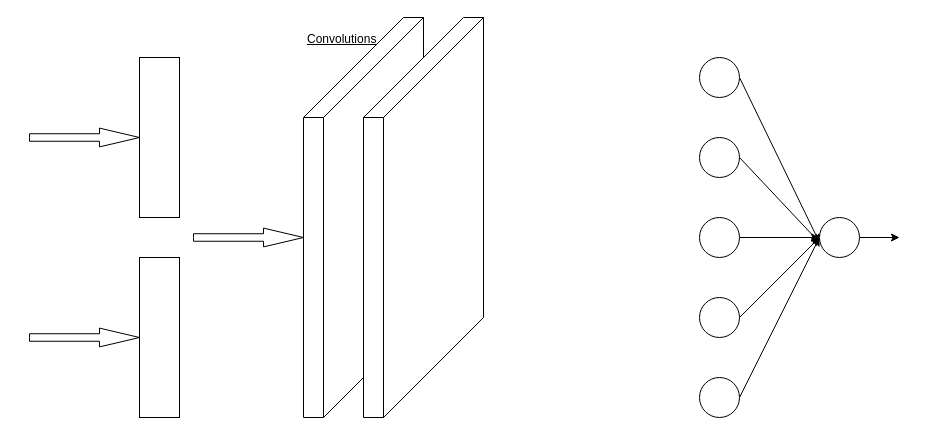
This is Untitled Diagram.drawio from ShubhankarLondhe/Demo, a draw.io file, before an edit. Source tidied: cells renumbered, new cells numbered last; positions are measured from the earlier drawing's top-left corner, leaving out a move shared by most shapes. Both pictures are drawn from the tidied source at 100%, with x=0, y=0 at pixel (29, 17).
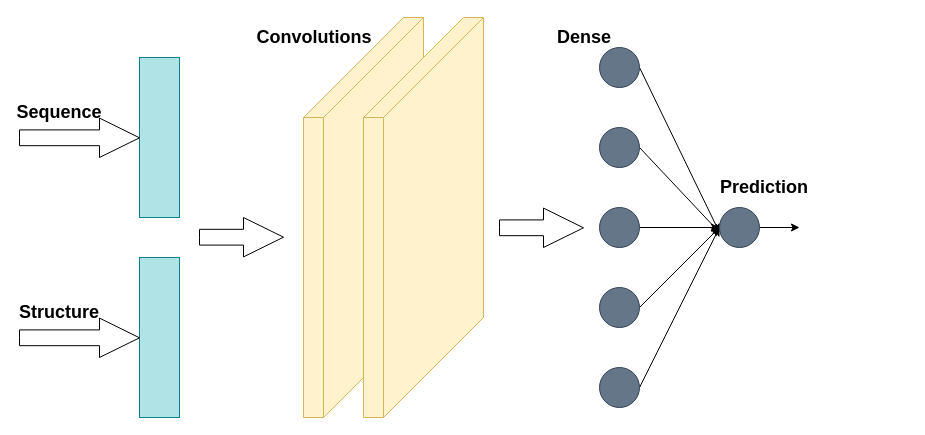
The same page after the edit.

The edit, as a diff of the source:
```diff
@@
-    <mxCell id="2" style="rounded=0;whiteSpace=wrap;html=1;" parent="1" vertex="1">
+    <mxCell id="2" style="rounded=0;whiteSpace=wrap;html=1;fillColor=#b0e3e6;strokeColor=#0e8088;" parent="1" vertex="1">
       <mxGeometry x="110" y="40" width="40" height="160" as="geometry" />
     </mxCell>
-    <mxCell id="3" style="rounded=0;whiteSpace=wrap;html=1;" parent="1" vertex="1">
+    <mxCell id="3" style="rounded=0;whiteSpace=wrap;html=1;fillColor=#b0e3e6;strokeColor=#0e8088;" parent="1" vertex="1">
       <mxGeometry x="110" y="240" width="40" height="160" as="geometry" />
     </mxCell>
     <mxCell id="4" style="html=1;shadow=0;dashed=0;align=center;verticalAlign=middle;shape=mxgraph.arrows2.arrow;dy=0.6;dx=40;notch=0;" parent="1" vertex="1">
-      <mxGeometry y="310.6" width="110" height="18.8" as="geometry" />
+      <mxGeometry x="-10" y="300.6" width="120" height="39.4" as="geometry" />
     </mxCell>
     <mxCell id="5" style="edgeStyle=none;rounded=0;jettySize=auto;html=1;exitX=1;exitY=0.5;exitDx=0;exitDy=0;" parent="1" edge="1" source="6">
       <mxGeometry relative="1" as="geometry">
-        <mxPoint x="790" y="225" as="targetPoint" />
+        <mxPoint x="690" y="215" as="targetPoint" />
       </mxGeometry>
     </mxCell>
-    <mxCell id="6" style="ellipse;whiteSpace=wrap;html=1;" parent="1" vertex="1">
-      <mxGeometry x="670" y="40" width="40" height="40" as="geometry" />
+    <mxCell id="6" style="ellipse;whiteSpace=wrap;html=1;fillColor=#647687;strokeColor=#314354;fontColor=#ffffff;" parent="1" vertex="1">
+      <mxGeometry x="570" y="30" width="40" height="40" as="geometry" />
     </mxCell>
     <mxCell id="7" style="edgeStyle=none;rounded=0;jettySize=auto;html=1;exitX=1;exitY=0.5;exitDx=0;exitDy=0;" parent="1" edge="1" source="8">
       <mxGeometry relative="1" as="geometry">
-        <mxPoint x="790" y="225" as="targetPoint" />
+        <mxPoint x="690" y="215" as="targetPoint" />
       </mxGeometry>
     </mxCell>
-    <mxCell id="8" style="ellipse;whiteSpace=wrap;html=1;" parent="1" vertex="1">
-      <mxGeometry x="670" y="120" width="40" height="40" as="geometry" />
+    <mxCell id="8" style="ellipse;whiteSpace=wrap;html=1;fillColor=#647687;strokeColor=#314354;fontColor=#ffffff;" parent="1" vertex="1">
+      <mxGeometry x="570" y="110" width="40" height="40" as="geometry" />
     </mxCell>
@@
-    <mxCell id="10" style="ellipse;whiteSpace=wrap;html=1;" parent="1" vertex="1">
-      <mxGeometry x="670" y="200" width="40" height="40" as="geometry" />
+    <mxCell id="10" style="ellipse;whiteSpace=wrap;html=1;fillColor=#647687;strokeColor=#314354;fontColor=#ffffff;" parent="1" vertex="1">
+      <mxGeometry x="570" y="190" width="40" height="40" as="geometry" />
     </mxCell>
@@
-    <mxCell id="12" style="ellipse;whiteSpace=wrap;html=1;" parent="1" vertex="1">
-      <mxGeometry x="670" y="280" width="40" height="40" as="geometry" />
+    <mxCell id="12" style="ellipse;whiteSpace=wrap;html=1;fillColor=#647687;strokeColor=#314354;fontColor=#ffffff;" parent="1" vertex="1">
+      <mxGeometry x="570" y="270" width="40" height="40" as="geometry" />
     </mxCell>
@@
-    <mxCell id="14" style="ellipse;whiteSpace=wrap;html=1;" parent="1" vertex="1">
-      <mxGeometry x="670" y="360" width="40" height="40" as="geometry" />
+    <mxCell id="14" style="ellipse;whiteSpace=wrap;html=1;fillColor=#647687;strokeColor=#314354;fontColor=#ffffff;" parent="1" vertex="1">
+      <mxGeometry x="570" y="350" width="40" height="40" as="geometry" />
     </mxCell>
     <mxCell id="15" style="edgeStyle=none;rounded=0;jettySize=auto;html=1;exitX=1;exitY=0.5;exitDx=0;exitDy=0;" parent="1" edge="1" source="16">
       <mxGeometry relative="1" as="geometry">
-        <mxPoint x="870" y="220" as="targetPoint" />
+        <mxPoint x="770" y="210" as="targetPoint" />
       </mxGeometry>
     </mxCell>
-    <mxCell id="16" style="ellipse;whiteSpace=wrap;html=1;" parent="1" vertex="1">
-      <mxGeometry x="790" y="200" width="40" height="40" as="geometry" />
+    <mxCell id="16" style="ellipse;whiteSpace=wrap;html=1;fillColor=#647687;strokeColor=#314354;fontColor=#ffffff;" parent="1" vertex="1">
+      <mxGeometry x="690" y="190" width="40" height="40" as="geometry" />
     </mxCell>
-    <mxCell id="17" value="Convolutions" style="verticalAlign=top;align=left;spacingTop=8;spacingLeft=2;spacingRight=12;shape=cube;size=100;direction=south;fontStyle=4;html=1;" parent="1" vertex="1">
+    <mxCell id="17" style="verticalAlign=top;align=left;spacingTop=8;spacingLeft=2;spacingRight=12;shape=cube;size=100;direction=south;fontStyle=4;html=1;fillColor=#fff2cc;strokeColor=#d6b656;" parent="1" vertex="1">
       <mxGeometry x="274" width="120" height="400" as="geometry" />
     </mxCell>
-    <mxCell id="18" style="verticalAlign=top;align=left;spacingTop=8;spacingLeft=2;spacingRight=12;shape=cube;size=100;direction=south;fontStyle=4;html=1;" parent="1" vertex="1">
+    <mxCell id="18" style="verticalAlign=top;align=left;spacingTop=8;spacingLeft=2;spacingRight=12;shape=cube;size=100;direction=south;fontStyle=4;html=1;fillColor=#fff2cc;strokeColor=#d6b656;" parent="1" vertex="1">
       <mxGeometry x="334" width="120" height="400" as="geometry" />
     </mxCell>
     <mxCell id="19" style="html=1;shadow=0;dashed=0;align=center;verticalAlign=middle;shape=mxgraph.arrows2.arrow;dy=0.6;dx=40;notch=0;" parent="1" vertex="1">
-      <mxGeometry x="164" y="210.6" width="110" height="18.8" as="geometry" />
+      <mxGeometry x="170" y="200" width="84" height="39.4" as="geometry" />
     </mxCell>
     <mxCell id="20" style="html=1;shadow=0;dashed=0;align=center;verticalAlign=middle;shape=mxgraph.arrows2.arrow;dy=0.6;dx=40;notch=0;" parent="1" vertex="1">
-      <mxGeometry y="110.6" width="110" height="18.8" as="geometry" />
+      <mxGeometry x="-10" y="100.6" width="120" height="39.4" as="geometry" />
     </mxCell>
+    <mxCell id="21" value="&lt;font style=&quot;font-size: 18px&quot;&gt;&lt;b&gt;Sequence&lt;/b&gt;&lt;/font&gt;" style="text;html=1;strokeColor=none;fillColor=none;align=center;verticalAlign=middle;whiteSpace=wrap;rounded=0;" parent="1" vertex="1">
+      <mxGeometry y="80" width="60" height="30" as="geometry" />
+    </mxCell>
+    <mxCell id="22" value="&lt;font style=&quot;font-size: 18px&quot;&gt;&lt;b&gt;Structure&lt;/b&gt;&lt;/font&gt;" style="text;html=1;strokeColor=none;fillColor=none;align=center;verticalAlign=middle;whiteSpace=wrap;rounded=0;" parent="1" vertex="1">
+      <mxGeometry y="280" width="60" height="30" as="geometry" />
+    </mxCell>
+    <mxCell id="23" value="&lt;font style=&quot;font-size: 18px&quot;&gt;&lt;b&gt;Dense&lt;/b&gt;&lt;/font&gt;" style="text;html=1;strokeColor=none;fillColor=none;align=center;verticalAlign=middle;whiteSpace=wrap;rounded=0;fontSize=18;" parent="1" vertex="1">
+      <mxGeometry x="530" y="10" width="50" height="20" as="geometry" />
+    </mxCell>
+    <mxCell id="24" style="html=1;shadow=0;dashed=0;align=center;verticalAlign=middle;shape=mxgraph.arrows2.arrow;dy=0.6;dx=40;notch=0;" parent="1" vertex="1">
+      <mxGeometry x="470" y="190.6" width="84" height="39.4" as="geometry" />
+    </mxCell>
+    <mxCell id="25" value="&lt;font style=&quot;font-size: 18px&quot;&gt;&lt;b&gt;Convolutions&lt;/b&gt;&lt;/font&gt;" style="text;html=1;strokeColor=none;fillColor=none;align=center;verticalAlign=middle;whiteSpace=wrap;rounded=0;fontSize=18;" parent="1" vertex="1">
+      <mxGeometry x="260" y="10" width="50" height="20" as="geometry" />
+    </mxCell>
+    <mxCell id="26" value="&lt;font style=&quot;font-size: 18px&quot;&gt;&lt;b&gt;Prediction&lt;/b&gt;&lt;/font&gt;" style="text;html=1;strokeColor=none;fillColor=none;align=center;verticalAlign=middle;whiteSpace=wrap;rounded=0;fontSize=18;" parent="1" vertex="1">
+      <mxGeometry x="710" y="160" width="50" height="20" as="geometry" />
+    </mxCell>
```
